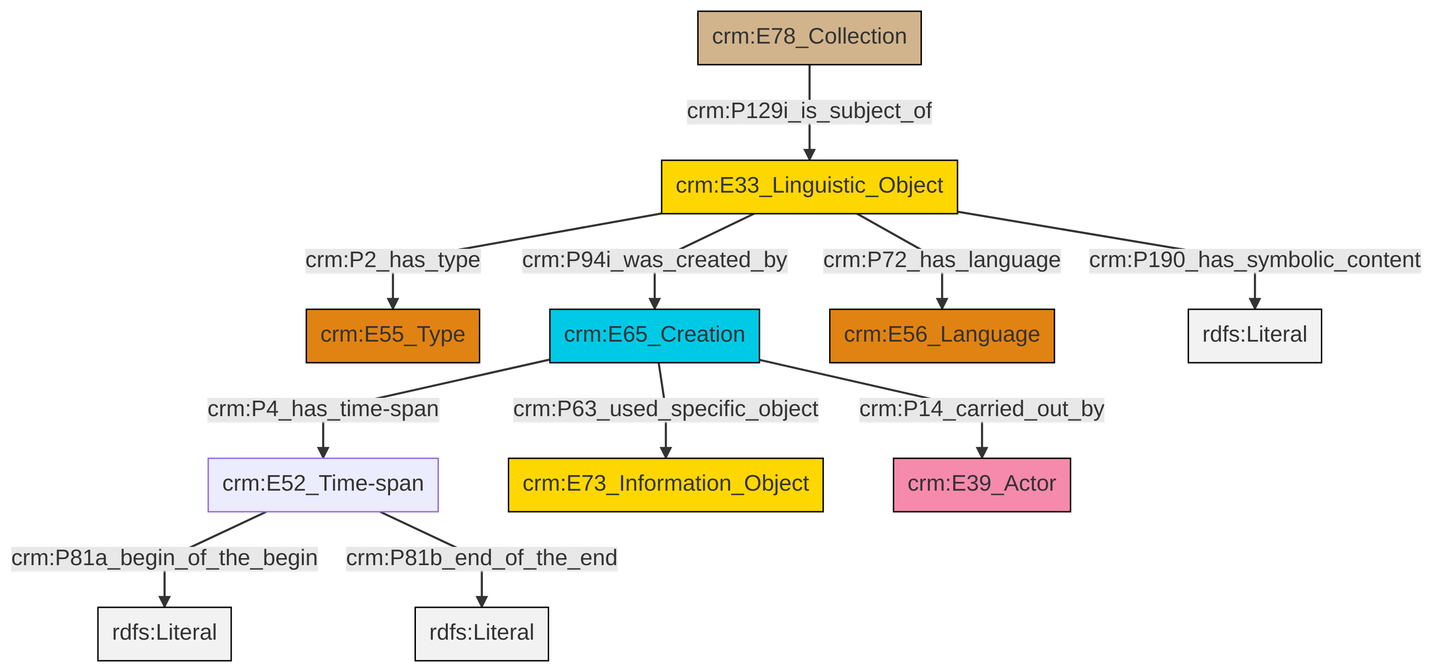
This is et/archivalCSV/ttl/mmd/png/archival_desc.png from swiss-art-research-net/docs.swissartresearch, a Mermaid export, as it was before one commit. Its source is kept beside it as et/archivalCSV/ttl/mmd/archival_desc.ttl.mmd.
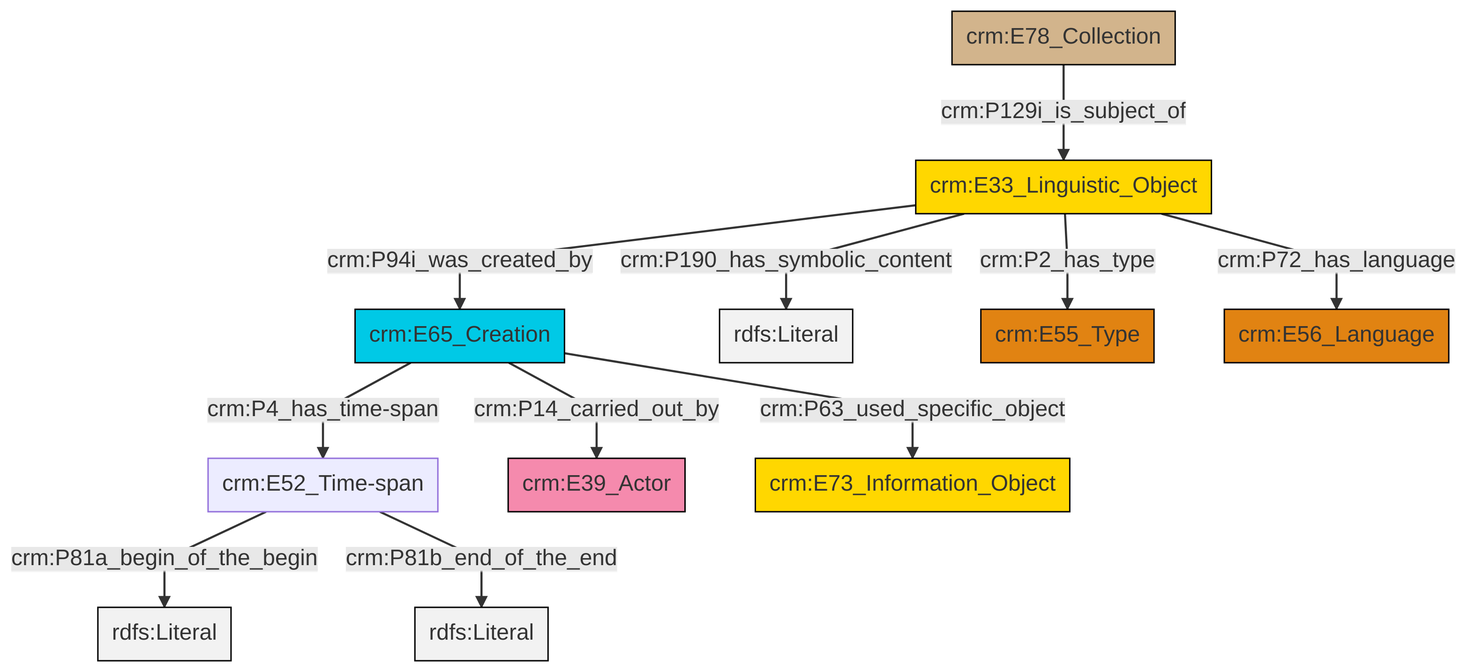
After the change.

Change to the diagram source:
```diff
@@ -13,13 +13,13 @@
 classDef PC_Classes fill:#4ce600, stroke:#000000;
 classDef Multi fill:#cccccc,stroke:#000000;
 
-4["crm:E33_Linguistic_Object"]:::Conceptual_Object -->|crm:P2_has_type| 2["crm:E55_Type"]:::Type
-0["crm:E52_Time-span"]:::Default -->|crm:P81a_begin_of_the_begin| 6[rdfs:Literal]:::Literal
-4["crm:E33_Linguistic_Object"]:::Conceptual_Object -->|crm:P94i_was_created_by| 7["crm:E65_Creation"]:::Temporal_Entity
-11["crm:E78_Collection"]:::Physical_Thing -->|crm:P129i_is_subject_of| 4["crm:E33_Linguistic_Object"]:::Conceptual_Object
-0["crm:E52_Time-span"]:::Default -->|crm:P81b_end_of_the_end| 12[rdfs:Literal]:::Literal
-4["crm:E33_Linguistic_Object"]:::Conceptual_Object -->|crm:P72_has_language| 9["crm:E56_Language"]:::Type
-7["crm:E65_Creation"]:::Temporal_Entity -->|crm:P4_has_time-span| 0["crm:E52_Time-span"]:::Default
-4["crm:E33_Linguistic_Object"]:::Conceptual_Object -->|crm:P190_has_symbolic_content| 15[rdfs:Literal]:::Literal
-7["crm:E65_Creation"]:::Temporal_Entity -->|crm:P14_carried_out_by| 16["crm:E39_Actor"]:::Actor
-7["crm:E65_Creation"]:::Temporal_Entity -->|crm:P63_used_specific_object| 13["crm:E73_Information_Object"]:::Conceptual_Object
+0["crm:E65_Creation"]:::Temporal_Entity -->|crm:P4_has_time-span| 1["crm:E52_Time-span"]:::Default
+4["crm:E33_Linguistic_Object"]:::Conceptual_Object -->|crm:P190_has_symbolic_content| 5[rdfs:Literal]:::Literal
+0["crm:E65_Creation"]:::Temporal_Entity -->|crm:P14_carried_out_by| 6["crm:E39_Actor"]:::Actor
+1["crm:E52_Time-span"]:::Default -->|crm:P81a_begin_of_the_begin| 9[rdfs:Literal]:::Literal
+4["crm:E33_Linguistic_Object"]:::Conceptual_Object -->|crm:P72_has_language| 10["crm:E56_Language"]:::Type
+2["crm:E78_Collection"]:::Physical_Thing -->|crm:P129i_is_subject_of| 4["crm:E33_Linguistic_Object"]:::Conceptual_Object
+1["crm:E52_Time-span"]:::Default -->|crm:P81b_end_of_the_end| 18[rdfs:Literal]:::Literal
+0["crm:E65_Creation"]:::Temporal_Entity -->|crm:P63_used_specific_object| 11["crm:E73_Information_Object"]:::Conceptual_Object
+4["crm:E33_Linguistic_Object"]:::Conceptual_Object -->|crm:P94i_was_created_by| 0["crm:E65_Creation"]:::Temporal_Entity
+4["crm:E33_Linguistic_Object"]:::Conceptual_Object -->|crm:P2_has_type| 7["crm:E55_Type"]:::Type
```
